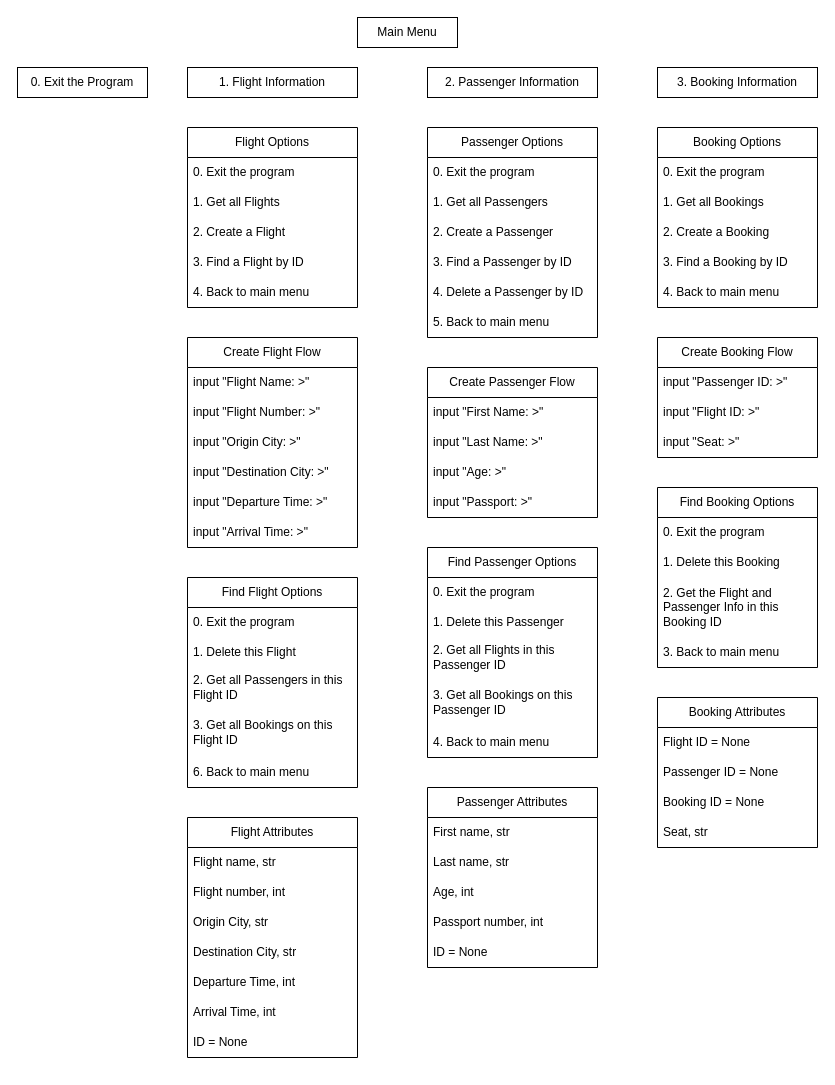
Before: tree.drawio in jajaninnin/python-p3-cli-flights-project, a draw.io diagram. Source tidied: cells renumbered, new cells numbered last; positions are measured from the earlier drawing's top-left corner, leaving out a move shared by most shapes. Both pictures are drawn from the tidied source at 100%, with x=0, y=0 at pixel (17, 17).
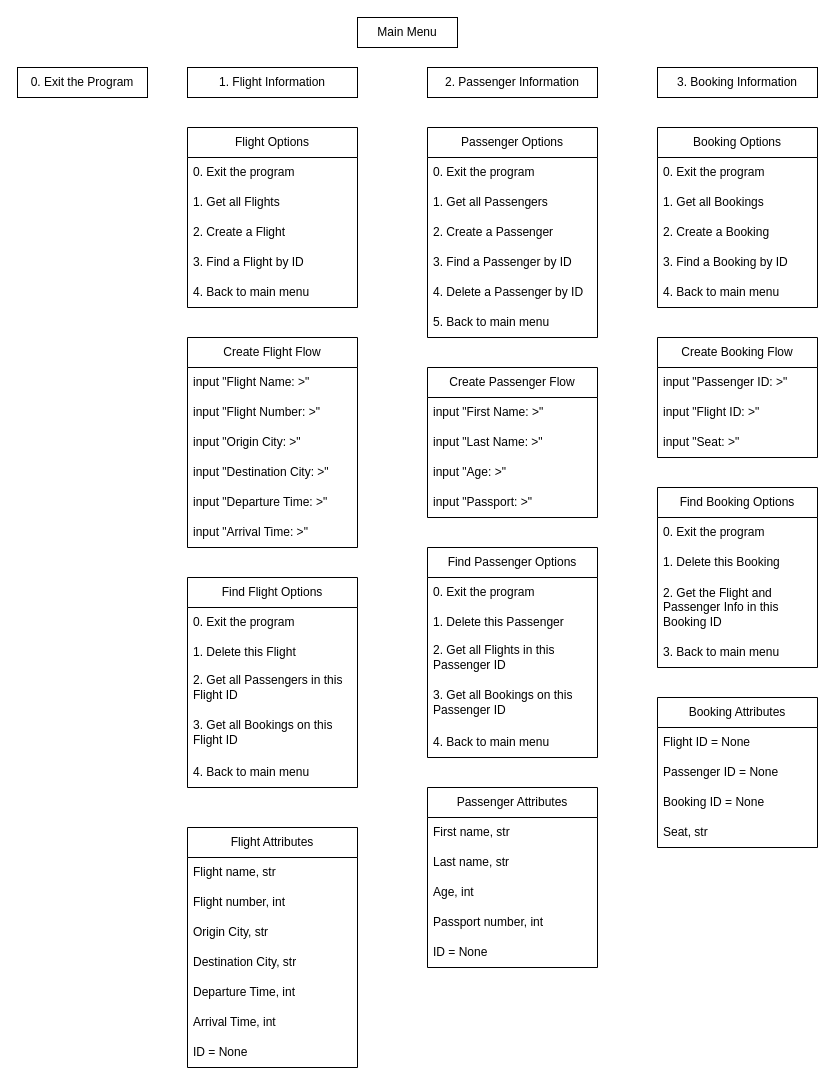
The same page after the edit.

The change refers to these unchanged cells:
```xml
<mxCell id="37" value="Find Flight Options" style="swimlane;fontStyle=0;horizontal=1;startSize=30;whiteSpace=wrap;html=1;" parent="1" vertex="1">
  <mxGeometry x="170" y="560" width="170" height="210" as="geometry" />
</mxCell>
```

Change to the diagram source:
```diff
@@
     <mxCell id="11" value="Flight Attributes" style="swimlane;fontStyle=0;horizontal=1;startSize=30;whiteSpace=wrap;html=1;" parent="1" vertex="1">
-      <mxGeometry x="170" y="800" width="170" height="240" as="geometry" />
+      <mxGeometry x="170" y="810" width="170" height="240" as="geometry" />
     </mxCell>
@@
-    <mxCell id="42" value="6. Back to main menu" style="text;strokeColor=none;fillColor=none;align=left;verticalAlign=middle;spacingLeft=4;spacingRight=4;overflow=hidden;whiteSpace=wrap;html=1;" parent="37" vertex="1">
+    <mxCell id="42" value="4. Back to main menu" style="text;strokeColor=none;fillColor=none;align=left;verticalAlign=middle;spacingLeft=4;spacingRight=4;overflow=hidden;whiteSpace=wrap;html=1;" parent="37" vertex="1">
       <mxGeometry y="180" width="170" height="30" as="geometry" />
     </mxCell>
```
